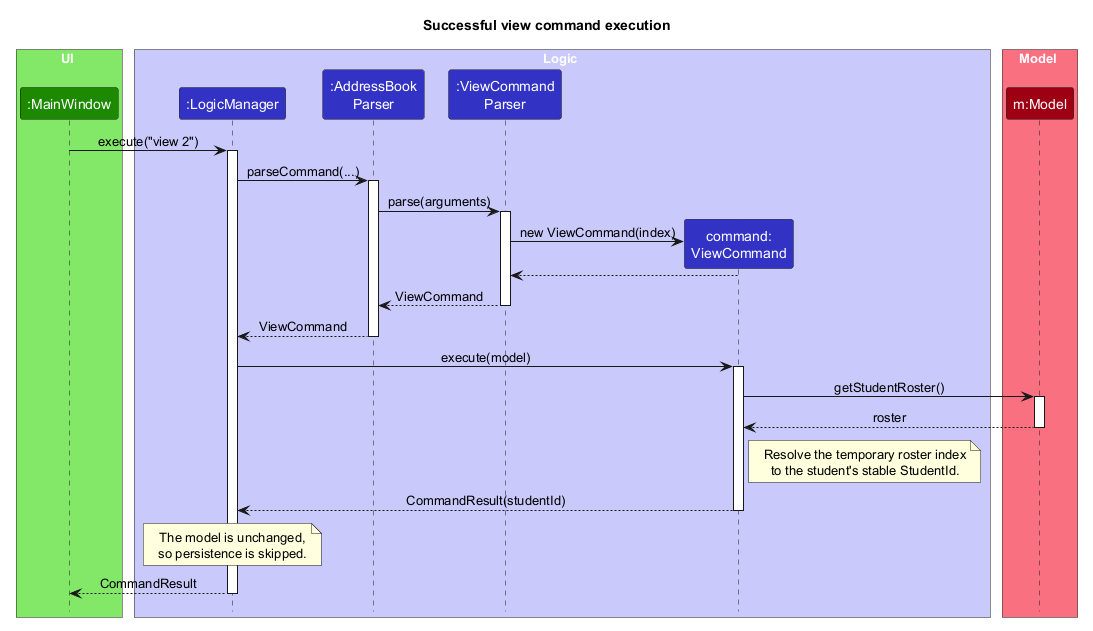
This is docs/images/ViewCommandSequenceDiagram.png from AY2627S1-CS2103T-F09-1/tp, a PlantUML export, as it was before one commit.
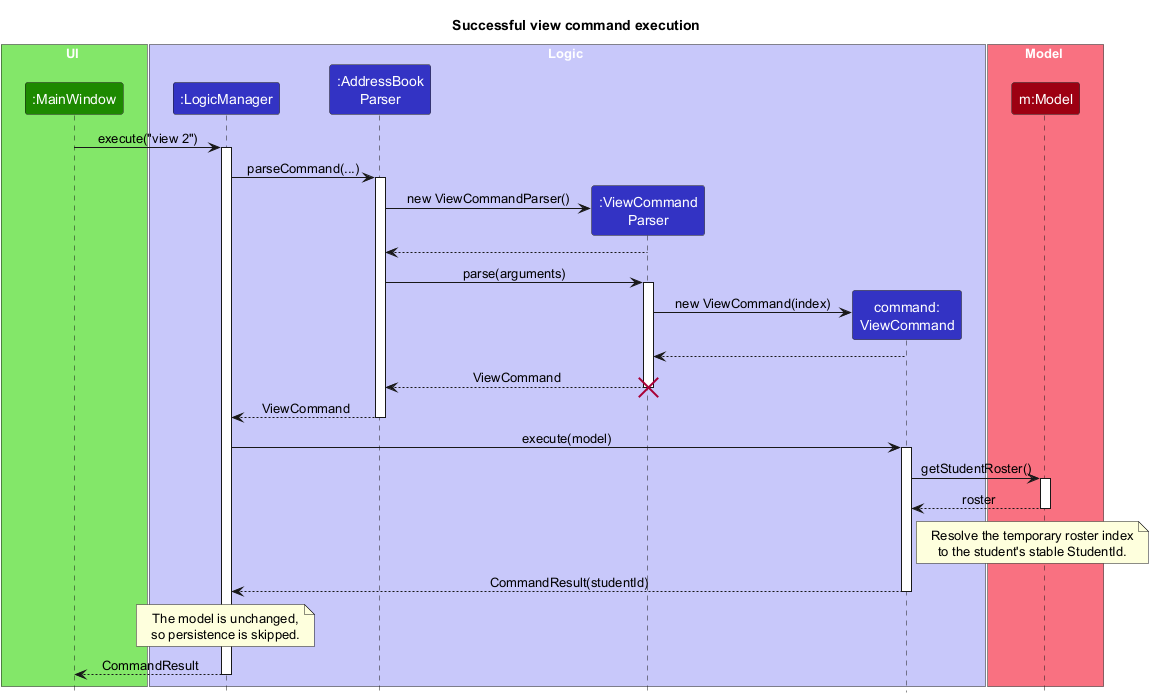
After the commit.

Commit message:
Clarify view parser creation and profile return

Change to the diagram source:
```diff
@@ -23,6 +23,9 @@
 activate LogicManager
 LogicManager -> AddressBookParser : parseCommand(...)
 activate AddressBookParser
+create ViewCommandParser
+AddressBookParser -> ViewCommandParser : new ViewCommandParser()
+ViewCommandParser --> AddressBookParser
 AddressBookParser -> ViewCommandParser : parse(arguments)
 activate ViewCommandParser
 create ViewCommand
@@ -30,6 +33,7 @@
 ViewCommand --> ViewCommandParser
 ViewCommandParser --> AddressBookParser : ViewCommand
 deactivate ViewCommandParser
+destroy ViewCommandParser
 AddressBookParser --> LogicManager : ViewCommand
 deactivate AddressBookParser
 
```
